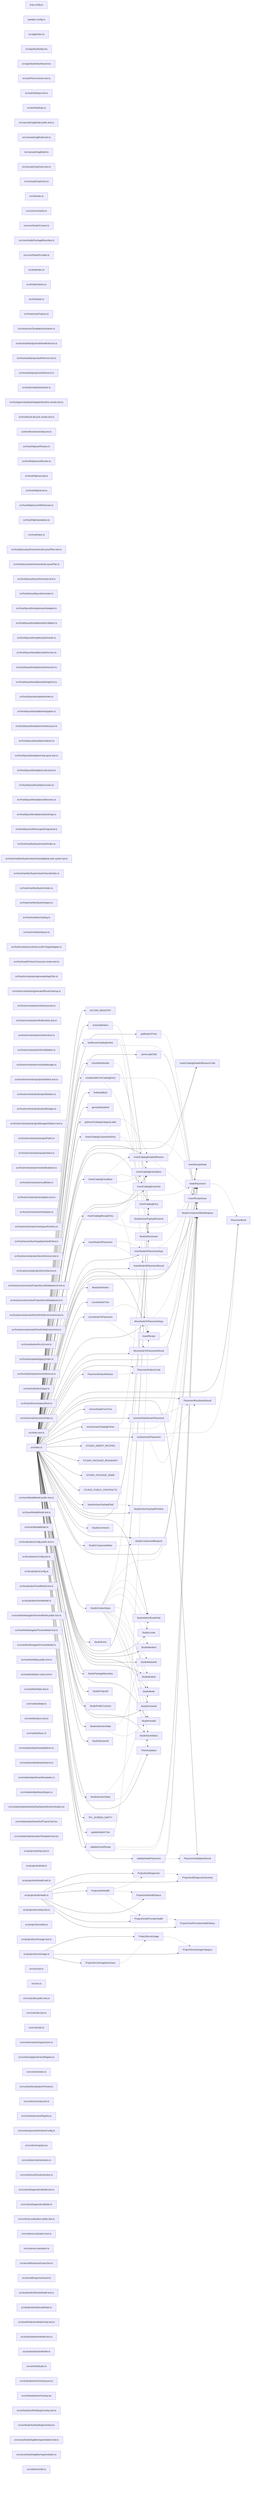
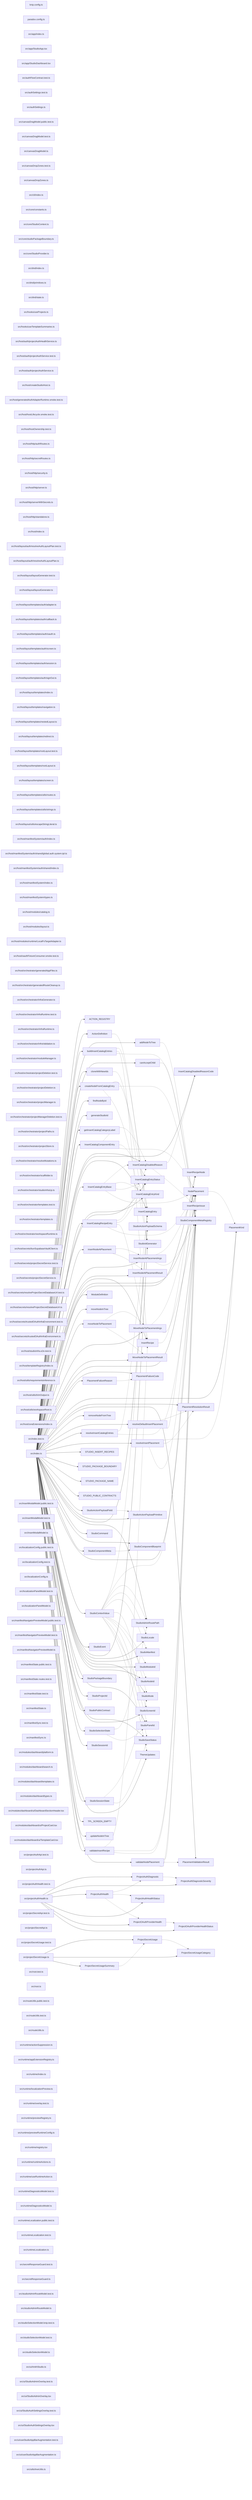
graph LR
  module_knip_config_ts["knip.config.ts"]
  module_paradox_config_ts["paradox.config.ts"]
  module_src_app_index_ts["src/app/index.ts"]
  module_src_app_StudioApp_tsx["src/app/StudioApp.tsx"]
  module_src_app_StudioDashboard_tsx["src/app/StudioDashboard.tsx"]
  module_src_authFlowContract_test_ts["src/authFlowContract.test.ts"]
  module_src_authSettings_test_ts["src/authSettings.test.ts"]
  module_src_authSettings_ts["src/authSettings.ts"]
  module_src_canvasDragModel_public_test_ts["src/canvasDragModel.public.test.ts"]
  module_src_canvasDragModel_test_ts["src/canvasDragModel.test.ts"]
  module_src_canvasDragModel_ts["src/canvasDragModel.ts"]
  module_src_canvasDropZones_test_ts["src/canvasDropZones.test.ts"]
  module_src_canvasDropZones_ts["src/canvasDropZones.ts"]
  module_src_cli_index_ts["src/cli/index.ts"]
  module_src_core_constants_ts["src/core/constants.ts"]
  module_src_core_StudioContext_ts["src/core/StudioContext.ts"]
  module_src_core_studioPackageBoundary_ts["src/core/studioPackageBoundary.ts"]
  module_src_core_StudioProvider_ts["src/core/StudioProvider.ts"]
  module_src_dnd_index_ts["src/dnd/index.ts"]
  module_src_dnd_primitives_ts["src/dnd/primitives.ts"]
  module_src_dnd_state_ts["src/dnd/state.ts"]
  module_src_hooks_useProjects_ts["src/hooks/useProjects.ts"]
  module_src_hooks_useTemplateSummaries_ts["src/hooks/useTemplateSummaries.ts"]
  module_src_host_auth_projectAuthHealthService_ts["src/host/auth/projectAuthHealthService.ts"]
  module_src_host_auth_projectAuthService_test_ts["src/host/auth/projectAuthService.test.ts"]
  module_src_host_auth_projectAuthService_ts["src/host/auth/projectAuthService.ts"]
  module_src_host_createStudioHost_ts["src/host/createStudioHost.ts"]
  module_src_host_generatedAuthAdapterRuntime_smoke_test_ts["src/host/generatedAuthAdapterRuntime.smoke.test.ts"]
  module_src_host_hostLifecycle_smoke_test_ts["src/host/hostLifecycle.smoke.test.ts"]
  module_src_host_hostOwnership_test_ts["src/host/hostOwnership.test.ts"]
  module_src_host_http_authRoutes_ts["src/host/http/authRoutes.ts"]
  module_src_host_http_secretRoutes_ts["src/host/http/secretRoutes.ts"]
  module_src_host_http_security_ts["src/host/http/security.ts"]
  module_src_host_http_server_ts["src/host/http/server.ts"]
  module_src_host_http_serverWithSecrets_ts["src/host/http/serverWithSecrets.ts"]
  module_src_host_http_standalone_ts["src/host/http/standalone.ts"]
  module_src_host_index_ts["src/host/index.ts"]
  module_src_host_layout_auth_resolveAuthLayoutPlan_test_ts["src/host/layout/auth/resolveAuthLayoutPlan.test.ts"]
  module_src_host_layout_auth_resolveAuthLayoutPlan_ts["src/host/layout/auth/resolveAuthLayoutPlan.ts"]
  module_src_host_layout_layoutGenerator_test_ts["src/host/layout/layoutGenerator.test.ts"]
  module_src_host_layout_layoutGenerator_ts["src/host/layout/layoutGenerator.ts"]
  module_src_host_layout_templates_auth_adapter_ts["src/host/layout/templates/auth/adapter.ts"]
  module_src_host_layout_templates_auth_callback_ts["src/host/layout/templates/auth/callback.ts"]
  module_src_host_layout_templates_auth_oauth_ts["src/host/layout/templates/auth/oauth.ts"]
  module_src_host_layout_templates_auth_screen_ts["src/host/layout/templates/auth/screen.ts"]
  module_src_host_layout_templates_auth_session_ts["src/host/layout/templates/auth/session.ts"]
  module_src_host_layout_templates_auth_signOut_ts["src/host/layout/templates/auth/signOut.ts"]
  module_src_host_layout_templates_index_ts["src/host/layout/templates/index.ts"]
  module_src_host_layout_templates_navigation_ts["src/host/layout/templates/navigation.ts"]
  module_src_host_layout_templates_nestedLayout_ts["src/host/layout/templates/nestedLayout.ts"]
  module_src_host_layout_templates_redirect_ts["src/host/layout/templates/redirect.ts"]
  module_src_host_layout_templates_rootLayout_test_ts["src/host/layout/templates/rootLayout.test.ts"]
  module_src_host_layout_templates_rootLayout_ts["src/host/layout/templates/rootLayout.ts"]
  module_src_host_layout_templates_screen_ts["src/host/layout/templates/screen.ts"]
  module_src_host_layout_templates_utils_routes_ts["src/host/layout/templates/utils/routes.ts"]
  module_src_host_layout_templates_utils_strings_ts["src/host/layout/templates/utils/strings.ts"]
  module_src_host_layout_utils_escapeStringLiteral_ts["src/host/layout/utils/escapeStringLiteral.ts"]
  module_src_host_manifestSystem_auth_index_ts["src/host/manifestSystem/auth/index.ts"]
  module_src_host_manifestSystem_auth_shared_global_auth_system_tpl_ts["src/host/manifestSystem/auth/shared/global.auth.system.tpl.ts"]
  module_src_host_manifestSystem_auth_shared_index_ts["src/host/manifestSystem/auth/shared/index.ts"]
  module_src_host_manifestSystem_index_ts["src/host/manifestSystem/index.ts"]
  module_src_host_manifestSystem_types_ts["src/host/manifestSystem/types.ts"]
  module_src_host_modules_catalog_ts["src/host/modules/catalog.ts"]
  module_src_host_modules_layout_ts["src/host/modules/layout.ts"]
  module_src_host_modules_runtime_LocalFsTargetAdapter_ts["src/host/modules/runtime/LocalFsTargetAdapter.ts"]
  module_src_host_oauthFixtureConsumer_smoke_test_ts["src/host/oauthFixtureConsumer.smoke.test.ts"]
  module_src_host_orchestrator_generatedAppFiles_ts["src/host/orchestrator/generatedAppFiles.ts"]
  module_src_host_orchestrator_generatedRouteCleanup_ts["src/host/orchestrator/generatedRouteCleanup.ts"]
  module_src_host_orchestrator_infraGenerator_ts["src/host/orchestrator/infraGenerator.ts"]
  module_src_host_orchestrator_infraRuntime_test_ts["src/host/orchestrator/infraRuntime.test.ts"]
  module_src_host_orchestrator_infraRuntime_ts["src/host/orchestrator/infraRuntime.ts"]
  module_src_host_orchestrator_infraValidation_ts["src/host/orchestrator/infraValidation.ts"]
  module_src_host_orchestrator_moduleManager_ts["src/host/orchestrator/moduleManager.ts"]
  module_src_host_orchestrator_projectDeletion_test_ts["src/host/orchestrator/projectDeletion.test.ts"]
  module_src_host_orchestrator_projectDeletion_ts["src/host/orchestrator/projectDeletion.ts"]
  module_src_host_orchestrator_projectManager_ts["src/host/orchestrator/projectManager.ts"]
  module_src_host_orchestrator_projectManagerDeletion_test_ts["src/host/orchestrator/projectManagerDeletion.test.ts"]
  module_src_host_orchestrator_projectPaths_ts["src/host/orchestrator/projectPaths.ts"]
  module_src_host_orchestrator_projectStore_ts["src/host/orchestrator/projectStore.ts"]
  module_src_host_orchestrator_resolveMutations_ts["src/host/orchestrator/resolveMutations.ts"]
  module_src_host_orchestrator_scaffolder_ts["src/host/orchestrator/scaffolder.ts"]
+   module_src_host_orchestrator_studioInfraUp_ts["src/host/orchestrator/studioInfraUp.ts"]
  module_src_host_orchestrator_templates_test_ts["src/host/orchestrator/templates.test.ts"]
  module_src_host_orchestrator_templates_ts["src/host/orchestrator/templates.ts"]
  module_src_host_orchestrator_workspaceRuntime_ts["src/host/orchestrator/workspaceRuntime.ts"]
  module_src_host_secrets_bunSupabaseVaultClient_ts["src/host/secrets/bunSupabaseVaultClient.ts"]
  module_src_host_secrets_projectSecretService_test_ts["src/host/secrets/projectSecretService.test.ts"]
  module_src_host_secrets_projectSecretService_ts["src/host/secrets/projectSecretService.ts"]
  module_src_host_secrets_resolveProjectSecretDatabaseUrl_test_ts["src/host/secrets/resolveProjectSecretDatabaseUrl.test.ts"]
  module_src_host_secrets_resolveProjectSecretDatabaseUrl_ts["src/host/secrets/resolveProjectSecretDatabaseUrl.ts"]
  module_src_host_secrets_trustedOAuthInfraEnvironment_test_ts["src/host/secrets/trustedOAuthInfraEnvironment.test.ts"]
  module_src_host_secrets_trustedOAuthInfraEnvironment_ts["src/host/secrets/trustedOAuthInfraEnvironment.ts"]
  module_src_host_studioInfra_e2e_test_ts["src/host/studioInfra.e2e.test.ts"]
  module_src_host_templateRegistry_index_ts["src/host/templateRegistry/index.ts"]
  module_src_host_utils_requirementsInference_ts["src/host/utils/requirementsInference.ts"]
  module_src_host_utils_trimOutput_ts["src/host/utils/trimOutput.ts"]
  module_src_host_utils_workspaceRoot_ts["src/host/utils/workspaceRoot.ts"]
  module_src_host_zoraExtensions_index_ts["src/host/zoraExtensions/index.ts"]
  module_src_index_test_ts["src/index.test.ts"]
  module_src_index_ts["src/index.ts"]
  module_src_insertModalModel_public_test_ts["src/insertModalModel.public.test.ts"]
  module_src_insertModalModel_test_ts["src/insertModalModel.test.ts"]
  module_src_insertModalModel_ts["src/insertModalModel.ts"]
  module_src_localizationConfig_public_test_ts["src/localizationConfig.public.test.ts"]
  module_src_localizationConfig_test_ts["src/localizationConfig.test.ts"]
  module_src_localizationConfig_ts["src/localizationConfig.ts"]
  module_src_localizationPanelModel_test_ts["src/localizationPanelModel.test.ts"]
  module_src_localizationPanelModel_ts["src/localizationPanelModel.ts"]
  module_src_manifestNavigatorPreviewModel_public_test_ts["src/manifestNavigatorPreviewModel.public.test.ts"]
  module_src_manifestNavigatorPreviewModel_test_ts["src/manifestNavigatorPreviewModel.test.ts"]
  module_src_manifestNavigatorPreviewModel_ts["src/manifestNavigatorPreviewModel.ts"]
  module_src_manifestState_public_test_ts["src/manifestState.public.test.ts"]
  module_src_manifestState_routes_test_ts["src/manifestState.routes.test.ts"]
  module_src_manifestState_test_ts["src/manifestState.test.ts"]
  module_src_manifestState_ts["src/manifestState.ts"]
  module_src_manifestSync_test_ts["src/manifestSync.test.ts"]
  module_src_manifestSync_ts["src/manifestSync.ts"]
  module_src_modules_dashboard_platform_ts["src/modules/dashboard/platform.ts"]
  module_src_modules_dashboard_search_ts["src/modules/dashboard/search.ts"]
  module_src_modules_dashboard_templates_ts["src/modules/dashboard/templates.ts"]
  module_src_modules_dashboard_types_ts["src/modules/dashboard/types.ts"]
  module_src_modules_dashboard_ui_DashboardSectionHeader_tsx["src/modules/dashboard/ui/DashboardSectionHeader.tsx"]
  module_src_modules_dashboard_ui_ProjectCard_tsx["src/modules/dashboard/ui/ProjectCard.tsx"]
  module_src_modules_dashboard_ui_TemplateCard_tsx["src/modules/dashboard/ui/TemplateCard.tsx"]
  module_src_projectAuthApi_test_ts["src/projectAuthApi.test.ts"]
  module_src_projectAuthApi_ts["src/projectAuthApi.ts"]
  module_src_projectAuthHealth_test_ts["src/projectAuthHealth.test.ts"]
  module_src_projectAuthHealth_ts["src/projectAuthHealth.ts"]
  module_src_projectSecretApi_test_ts["src/projectSecretApi.test.ts"]
  module_src_projectSecretApi_ts["src/projectSecretApi.ts"]
  module_src_projectSecretUsage_test_ts["src/projectSecretUsage.test.ts"]
  module_src_projectSecretUsage_ts["src/projectSecretUsage.ts"]
  module_src_root_test_ts["src/root.test.ts"]
  module_src_root_ts["src/root.ts"]
  module_src_routeUtils_public_test_ts["src/routeUtils.public.test.ts"]
  module_src_routeUtils_test_ts["src/routeUtils.test.ts"]
  module_src_routeUtils_ts["src/routeUtils.ts"]
  module_src_runtime_actionSuppression_ts["src/runtime/actionSuppression.ts"]
  module_src_runtime_appExtensionRegistry_ts["src/runtime/appExtensionRegistry.ts"]
  module_src_runtime_index_ts["src/runtime/index.ts"]
  module_src_runtime_localizationPreview_ts["src/runtime/localizationPreview.ts"]
  module_src_runtime_overlay_test_ts["src/runtime/overlay.test.ts"]
  module_src_runtime_previewRegistry_ts["src/runtime/previewRegistry.ts"]
  module_src_runtime_previewRuntimeConfig_ts["src/runtime/previewRuntimeConfig.ts"]
  module_src_runtime_registry_tsx["src/runtime/registry.tsx"]
  module_src_runtime_runtimeActions_ts["src/runtime/runtimeActions.ts"]
  module_src_runtime_useRuntimeAction_ts["src/runtime/useRuntimeAction.ts"]
  module_src_runtimeDiagnosticsModel_test_ts["src/runtimeDiagnosticsModel.test.ts"]
  module_src_runtimeDiagnosticsModel_ts["src/runtimeDiagnosticsModel.ts"]
  module_src_runtimeLocalization_public_test_ts["src/runtimeLocalization.public.test.ts"]
  module_src_runtimeLocalization_test_ts["src/runtimeLocalization.test.ts"]
  module_src_runtimeLocalization_ts["src/runtimeLocalization.ts"]
  module_src_secretResponseGuard_test_ts["src/secretResponseGuard.test.ts"]
  module_src_secretResponseGuard_ts["src/secretResponseGuard.ts"]
  module_src_studioAdminRouteModel_test_ts["src/studioAdminRouteModel.test.ts"]
  module_src_studioAdminRouteModel_ts["src/studioAdminRouteModel.ts"]
  module_src_studioSelectionModel_knip_test_ts["src/studioSelectionModel.knip.test.ts"]
  module_src_studioSelectionModel_test_ts["src/studioSelectionModel.test.ts"]
  module_src_studioSelectionModel_ts["src/studioSelectionModel.ts"]
  module_src_ui_AnkhStudio_ts["src/ui/AnkhStudio.ts"]
  module_src_ui_StudioAdminOverlay_test_ts["src/ui/StudioAdminOverlay.test.ts"]
  module_src_ui_StudioAdminOverlay_tsx["src/ui/StudioAdminOverlay.tsx"]
  module_src_ui_StudioAuthSettingsOverlay_test_ts["src/ui/StudioAuthSettingsOverlay.test.ts"]
  module_src_ui_StudioAuthSettingsOverlay_tsx["src/ui/StudioAuthSettingsOverlay.tsx"]
  module_src_ui_useStudioAppBarAugmentation_test_ts["src/ui/useStudioAppBarAugmentation.test.ts"]
  module_src_ui_useStudioAppBarAugmentation_ts["src/ui/useStudioAppBarAugmentation.ts"]
  module_src_utils_treeUtils_ts["src/utils/treeUtils.ts"]
  export_ACTION_REGISTRY["ACTION_REGISTRY"]
  module_src_index_ts --> export_ACTION_REGISTRY
  export_ActionDefinition["ActionDefinition"]
  module_src_index_ts --> export_ActionDefinition
  export_ActionDefinition -.-> export_StudioActionPayloadSchema
  export_addNodeToTree["addNodeToTree"]
  module_src_index_ts --> export_addNodeToTree
  export_addNodeToTree -.-> export_StudioComponentMetaRegistry
  export_buildInsertCatalogEntries["buildInsertCatalogEntries"]
  module_src_index_ts --> export_buildInsertCatalogEntries
  export_buildInsertCatalogEntries -.-> export_InsertCatalogEntry
  export_buildInsertCatalogEntries -.-> export_InsertRecipe
  export_buildInsertCatalogEntries -.-> export_StudioComponentMetaRegistry
  export_canAcceptChild["canAcceptChild"]
  module_src_index_ts --> export_canAcceptChild
  export_canAcceptChild -.-> export_StudioComponentMetaRegistry
  export_cloneWithNewIds["cloneWithNewIds"]
  module_src_index_ts --> export_cloneWithNewIds
  export_cloneWithNewIds -.-> export_StudioIdGenerator
  export_createNodeFromCatalogEntry["createNodeFromCatalogEntry"]
  module_src_index_ts --> export_createNodeFromCatalogEntry
  export_createNodeFromCatalogEntry -.-> export_InsertCatalogEntry
  export_createNodeFromCatalogEntry -.-> export_StudioComponentMetaRegistry
  export_createNodeFromCatalogEntry -.-> export_StudioIdGenerator
  export_findNodeById["findNodeById"]
  module_src_index_ts --> export_findNodeById
  export_generateStudioId["generateStudioId"]
  module_src_index_ts --> export_generateStudioId
  export_getInsertCatalogCategoryLabel["getInsertCatalogCategoryLabel"]
  module_src_index_ts --> export_getInsertCatalogCategoryLabel
  export_InsertCatalogComponentEntry["InsertCatalogComponentEntry"]
  module_src_index_ts --> export_InsertCatalogComponentEntry
  export_InsertCatalogComponentEntry -.-> export_InsertCatalogDisabledReason
  export_InsertCatalogComponentEntry -.-> export_InsertCatalogEntryStatus
  export_InsertCatalogComponentEntry -.-> export_NodePlacement
  export_InsertCatalogDisabledReason["InsertCatalogDisabledReason"]
  module_src_index_ts --> export_InsertCatalogDisabledReason
  export_InsertCatalogDisabledReason -.-> export_InsertCatalogDisabledReasonCode
  export_InsertCatalogDisabledReason -.-> export_InsertRecipeIssue
  export_InsertCatalogDisabledReasonCode["InsertCatalogDisabledReasonCode"]
  module_src_index_ts --> export_InsertCatalogDisabledReasonCode
  export_InsertCatalogEntry["InsertCatalogEntry"]
  module_src_index_ts --> export_InsertCatalogEntry
  export_InsertCatalogEntryBase["InsertCatalogEntryBase"]
  module_src_index_ts --> export_InsertCatalogEntryBase
  export_InsertCatalogEntryBase -.-> export_InsertCatalogDisabledReason
  export_InsertCatalogEntryBase -.-> export_InsertCatalogEntryKind
  export_InsertCatalogEntryBase -.-> export_InsertCatalogEntryStatus
  export_InsertCatalogEntryBase -.-> export_NodePlacement
  export_InsertCatalogEntryKind["InsertCatalogEntryKind"]
  module_src_index_ts --> export_InsertCatalogEntryKind
  export_InsertCatalogEntryStatus["InsertCatalogEntryStatus"]
  module_src_index_ts --> export_InsertCatalogEntryStatus
  export_InsertCatalogRecipeEntry["InsertCatalogRecipeEntry"]
  module_src_index_ts --> export_InsertCatalogRecipeEntry
  export_InsertCatalogRecipeEntry -.-> export_InsertCatalogDisabledReason
  export_InsertCatalogRecipeEntry -.-> export_InsertCatalogEntryStatus
  export_InsertCatalogRecipeEntry -.-> export_InsertRecipe
  export_InsertCatalogRecipeEntry -.-> export_NodePlacement
  export_insertNodeAtPlacement["insertNodeAtPlacement"]
  module_src_index_ts --> export_insertNodeAtPlacement
  export_insertNodeAtPlacement -.-> export_InsertNodeAtPlacementArgs
  export_insertNodeAtPlacement -.-> export_InsertNodeAtPlacementResult
  export_InsertNodeAtPlacementArgs["InsertNodeAtPlacementArgs"]
  module_src_index_ts --> export_InsertNodeAtPlacementArgs
  export_InsertNodeAtPlacementArgs -.-> export_NodePlacement
  export_InsertNodeAtPlacementArgs -.-> export_StudioComponentMetaRegistry
  export_InsertNodeAtPlacementResult["InsertNodeAtPlacementResult"]
  module_src_index_ts --> export_InsertNodeAtPlacementResult
  export_InsertRecipe["InsertRecipe"]
  module_src_index_ts --> export_InsertRecipe
  export_InsertRecipe -.-> export_InsertRecipeNode
  export_InsertRecipeIssue["InsertRecipeIssue"]
  module_src_index_ts --> export_InsertRecipeIssue
  export_InsertRecipeNode["InsertRecipeNode"]
  module_src_index_ts --> export_InsertRecipeNode
  export_ModuleDefinition["ModuleDefinition"]
  module_src_index_ts --> export_ModuleDefinition
  export_moveNodeInTree["moveNodeInTree"]
  module_src_index_ts --> export_moveNodeInTree
  export_moveNodeToPlacement["moveNodeToPlacement"]
  module_src_index_ts --> export_moveNodeToPlacement
  export_moveNodeToPlacement -.-> export_MoveNodeToPlacementArgs
  export_moveNodeToPlacement -.-> export_MoveNodeToPlacementResult
  export_MoveNodeToPlacementArgs["MoveNodeToPlacementArgs"]
  module_src_index_ts --> export_MoveNodeToPlacementArgs
  export_MoveNodeToPlacementArgs -.-> export_NodePlacement
  export_MoveNodeToPlacementArgs -.-> export_StudioComponentMetaRegistry
  export_MoveNodeToPlacementResult["MoveNodeToPlacementResult"]
  module_src_index_ts --> export_MoveNodeToPlacementResult
  export_NodePlacement["NodePlacement"]
  module_src_index_ts --> export_NodePlacement
  export_NodePlacement -.-> export_PlacementKind
  export_PlacementFailureCode["PlacementFailureCode"]
  module_src_index_ts --> export_PlacementFailureCode
  export_PlacementFailureReason["PlacementFailureReason"]
  module_src_index_ts --> export_PlacementFailureReason
  export_PlacementFailureReason -.-> export_PlacementFailureCode
  export_PlacementKind["PlacementKind"]
  module_src_index_ts --> export_PlacementKind
  export_PlacementResolutionResult["PlacementResolutionResult"]
  module_src_index_ts --> export_PlacementResolutionResult
  export_PlacementValidationResult["PlacementValidationResult"]
  module_src_index_ts --> export_PlacementValidationResult
  export_ProjectAuthDiagnostic["ProjectAuthDiagnostic"]
  module_src_projectAuthHealth_ts --> export_ProjectAuthDiagnostic
  export_ProjectAuthDiagnostic -.-> export_ProjectAuthDiagnosticSeverity
  export_ProjectAuthDiagnosticSeverity["ProjectAuthDiagnosticSeverity"]
  module_src_projectAuthHealth_ts --> export_ProjectAuthDiagnosticSeverity
  export_ProjectAuthHealth["ProjectAuthHealth"]
  module_src_projectAuthHealth_ts --> export_ProjectAuthHealth
  export_ProjectAuthHealth -.-> export_ProjectAuthDiagnostic
  export_ProjectAuthHealth -.-> export_ProjectAuthHealthStatus
  export_ProjectAuthHealth -.-> export_ProjectOAuthProviderHealth
  export_ProjectAuthHealthStatus["ProjectAuthHealthStatus"]
  module_src_projectAuthHealth_ts --> export_ProjectAuthHealthStatus
  export_ProjectOAuthProviderHealth["ProjectOAuthProviderHealth"]
  module_src_projectAuthHealth_ts --> export_ProjectOAuthProviderHealth
  export_ProjectOAuthProviderHealth -.-> export_ProjectOAuthProviderHealthStatus
  export_ProjectOAuthProviderHealthStatus["ProjectOAuthProviderHealthStatus"]
  module_src_projectAuthHealth_ts --> export_ProjectOAuthProviderHealthStatus
  export_ProjectSecretUsage["ProjectSecretUsage"]
  module_src_projectSecretUsage_ts --> export_ProjectSecretUsage
  export_ProjectSecretUsage -.-> export_ProjectSecretUsageCategory
  export_ProjectSecretUsageCategory["ProjectSecretUsageCategory"]
  module_src_projectSecretUsage_ts --> export_ProjectSecretUsageCategory
  export_ProjectSecretUsageSummary["ProjectSecretUsageSummary"]
  module_src_projectSecretUsage_ts --> export_ProjectSecretUsageSummary
  export_ProjectSecretUsageSummary -.-> export_ProjectSecretUsage
  export_removeNodeFromTree["removeNodeFromTree"]
  module_src_index_ts --> export_removeNodeFromTree
  export_resolveDefaultInsertPlacement["resolveDefaultInsertPlacement"]
  module_src_index_ts --> export_resolveDefaultInsertPlacement
  export_resolveDefaultInsertPlacement -.-> export_PlacementResolutionResult
  export_resolveDefaultInsertPlacement -.-> export_StudioComponentMetaRegistry
  export_resolveInsertCatalogEntries["resolveInsertCatalogEntries"]
  module_src_index_ts --> export_resolveInsertCatalogEntries
  export_resolveInsertCatalogEntries -.-> export_InsertCatalogEntry
  export_resolveInsertCatalogEntries -.-> export_StudioComponentMetaRegistry
  export_resolveInsertPlacement["resolveInsertPlacement"]
  module_src_index_ts --> export_resolveInsertPlacement
  export_resolveInsertPlacement -.-> export_PlacementKind
  export_resolveInsertPlacement -.-> export_PlacementResolutionResult
  export_resolveInsertPlacement -.-> export_StudioComponentMetaRegistry
  export_STUDIO_INSERT_RECIPES["STUDIO_INSERT_RECIPES"]
  module_src_index_ts --> export_STUDIO_INSERT_RECIPES
  export_STUDIO_PACKAGE_BOUNDARY["STUDIO_PACKAGE_BOUNDARY"]
  module_src_index_ts --> export_STUDIO_PACKAGE_BOUNDARY
  export_STUDIO_PACKAGE_NAME["STUDIO_PACKAGE_NAME"]
  module_src_index_ts --> export_STUDIO_PACKAGE_NAME
  export_STUDIO_PUBLIC_CONTRACTS["STUDIO_PUBLIC_CONTRACTS"]
  module_src_index_ts --> export_STUDIO_PUBLIC_CONTRACTS
  export_StudioActionPayloadField["StudioActionPayloadField"]
  module_src_index_ts --> export_StudioActionPayloadField
  export_StudioActionPayloadField -.-> export_StudioActionPayloadPrimitive
  export_StudioActionPayloadPrimitive["StudioActionPayloadPrimitive"]
  module_src_index_ts --> export_StudioActionPayloadPrimitive
  export_StudioActionPayloadSchema["StudioActionPayloadSchema"]
  module_src_index_ts --> export_StudioActionPayloadSchema
  export_StudioAdminRoutePath["StudioAdminRoutePath"]
  module_src_index_ts --> export_StudioAdminRoutePath
  export_StudioCommand["StudioCommand"]
  module_src_index_ts --> export_StudioCommand
  export_StudioComponentBlueprint["StudioComponentBlueprint"]
  module_src_index_ts --> export_StudioComponentBlueprint
  export_StudioComponentMeta["StudioComponentMeta"]
  module_src_index_ts --> export_StudioComponentMeta
  export_StudioComponentMeta -.-> export_StudioComponentBlueprint
  export_StudioComponentMetaRegistry["StudioComponentMetaRegistry"]
  module_src_index_ts --> export_StudioComponentMetaRegistry
  export_StudioContextValue["StudioContextValue"]
  module_src_index_ts --> export_StudioContextValue
  export_StudioContextValue -.-> export_InsertCatalogEntry
  export_StudioContextValue -.-> export_NodePlacement
  export_StudioContextValue -.-> export_StudioAdminRoutePath
  export_StudioContextValue -.-> export_StudioLocale
  export_StudioContextValue -.-> export_StudioManifest
  export_StudioContextValue -.-> export_StudioMode
  export_StudioContextValue -.-> export_StudioModuleId
  export_StudioContextValue -.-> export_StudioNodeId
  export_StudioContextValue -.-> export_StudioPanelId
  export_StudioContextValue -.-> export_StudioSaveStatus
  export_StudioContextValue -.-> export_StudioScreenId
  export_StudioContextValue -.-> export_ThemeUpdates
  export_StudioEvent["StudioEvent"]
  module_src_index_ts --> export_StudioEvent
  export_StudioIdGenerator["StudioIdGenerator"]
  module_src_index_ts --> export_StudioIdGenerator
  export_StudioLocale["StudioLocale"]
  module_src_index_ts --> export_StudioLocale
  export_StudioManifest["StudioManifest"]
  module_src_index_ts --> export_StudioManifest
  export_StudioMode["StudioMode"]
  module_src_index_ts --> export_StudioMode
  export_StudioModuleId["StudioModuleId"]
  module_src_index_ts --> export_StudioModuleId
  export_StudioNodeId["StudioNodeId"]
  module_src_index_ts --> export_StudioNodeId
  export_StudioPackageBoundary["StudioPackageBoundary"]
  module_src_index_ts --> export_StudioPackageBoundary
  export_StudioPanelId["StudioPanelId"]
  module_src_index_ts --> export_StudioPanelId
  export_StudioProjectId["StudioProjectId"]
  module_src_index_ts --> export_StudioProjectId
  export_StudioPublicContract["StudioPublicContract"]
  module_src_index_ts --> export_StudioPublicContract
  export_StudioSaveStatus["StudioSaveStatus"]
  module_src_index_ts --> export_StudioSaveStatus
  export_StudioScreenId["StudioScreenId"]
  module_src_index_ts --> export_StudioScreenId
  export_StudioSelectionState["StudioSelectionState"]
  module_src_index_ts --> export_StudioSelectionState
  export_StudioSelectionState -.-> export_StudioAdminRoutePath
  export_StudioSelectionState -.-> export_StudioPanelId
  export_StudioSessionId["StudioSessionId"]
  module_src_index_ts --> export_StudioSessionId
  export_StudioSessionState["StudioSessionState"]
  module_src_index_ts --> export_StudioSessionState
  export_StudioSessionState -.-> export_StudioMode
  export_StudioSessionState -.-> export_StudioSaveStatus
  export_ThemeUpdates["ThemeUpdates"]
  module_src_index_ts --> export_ThemeUpdates
  export_TPL_SCREEN_EMPTY["TPL_SCREEN_EMPTY"]
  module_src_index_ts --> export_TPL_SCREEN_EMPTY
  export_updateNodeInTree["updateNodeInTree"]
  module_src_index_ts --> export_updateNodeInTree
  export_validateInsertRecipe["validateInsertRecipe"]
  module_src_index_ts --> export_validateInsertRecipe
  export_validateInsertRecipe -.-> export_InsertRecipe
  export_validateInsertRecipe -.-> export_InsertRecipeIssue
  export_validateInsertRecipe -.-> export_StudioComponentMetaRegistry
  export_validateNodePlacement["validateNodePlacement"]
  module_src_index_ts --> export_validateNodePlacement
  export_validateNodePlacement -.-> export_NodePlacement
  export_validateNodePlacement -.-> export_PlacementValidationResult
  export_validateNodePlacement -.-> export_StudioComponentMetaRegistry
